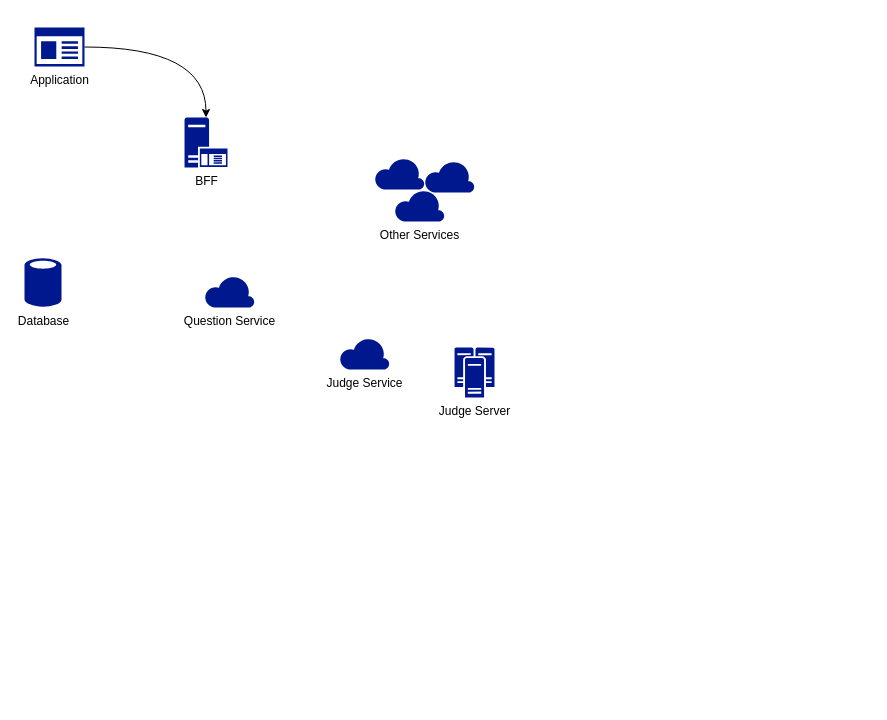
msqtt/Sources keeps this draw.io diagram as map/oj-architecture.drawio. Above is the earlier version. Source tidied: cells renumbered, new cells numbered last; positions are measured from the earlier drawing's top-left corner, leaving out a move shared by most shapes. Both pictures are drawn from the tidied source at 100%, with x=0, y=0 at pixel (24, 27).
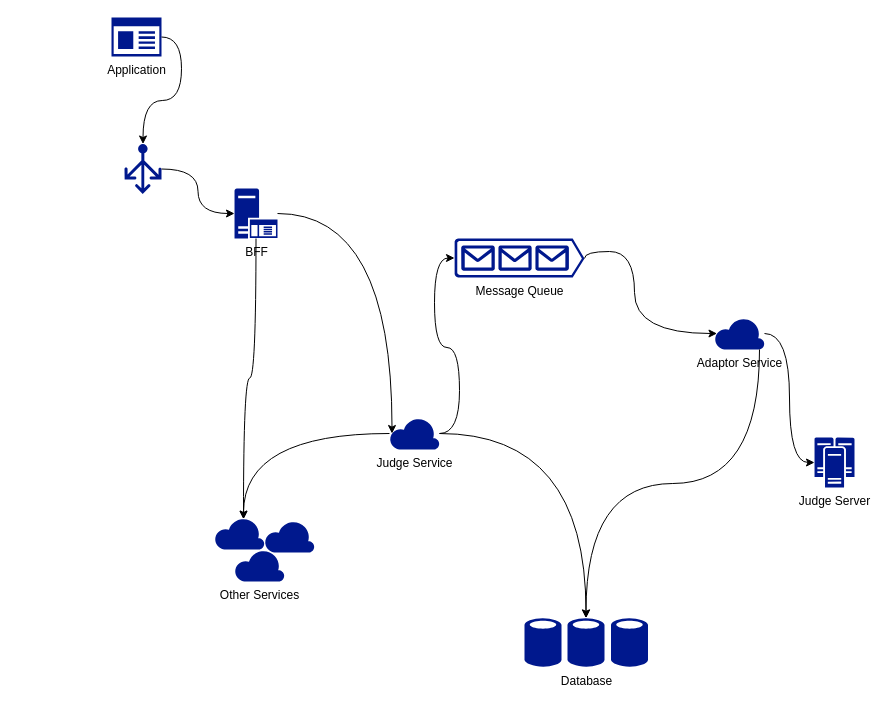
The same diagram, later.

Unchanged cells that the change refers to:
```xml
<mxCell id="10" style="sketch=0;shadow=0;dashed=0;html=1;strokeColor=none;labelPosition=center;verticalLabelPosition=bottom;verticalAlign=top;align=center;fillColor=#00188D;shape=mxgraph.azure.cloud;" parent="7" vertex="1">
  <mxGeometry width="50" height="32" as="geometry" />
</mxCell>
```

What changed in the source:
```diff
@@
     <mxCell id="2" value="Application" style="sketch=0;shadow=0;dashed=0;html=1;strokeColor=none;labelPosition=center;verticalLabelPosition=bottom;verticalAlign=top;align=center;fillColor=#00188D;shape=mxgraph.mscae.enterprise.app_generic;" parent="1" vertex="1">
-      <mxGeometry x="10" width="50" height="39" as="geometry" />
+      <mxGeometry x="87" y="-10" width="50" height="39" as="geometry" />
     </mxCell>
-    <mxCell id="3" value="Database" style="sketch=0;shadow=0;dashed=0;html=1;strokeColor=none;labelPosition=center;verticalLabelPosition=bottom;verticalAlign=top;align=center;fillColor=#00188D;shape=mxgraph.mscae.enterprise.database_generic;" parent="1" vertex="1">
-      <mxGeometry y="230" width="37" height="50" as="geometry" />
-    </mxCell>
     <mxCell id="4" value="BFF" style="sketch=0;shadow=0;dashed=0;html=1;strokeColor=none;labelPosition=center;verticalLabelPosition=bottom;verticalAlign=top;align=center;fillColor=#00188D;shape=mxgraph.mscae.enterprise.application_server;" parent="1" vertex="1">
-      <mxGeometry x="160" y="90" width="43" height="50" as="geometry" />
+      <mxGeometry x="210" y="161" width="43" height="50" as="geometry" />
     </mxCell>
-    <mxCell id="5" style="edgeStyle=orthogonalEdgeStyle;rounded=0;jettySize=auto;html=1;entryX=0.5;entryY=0;entryDx=0;entryDy=0;entryPerimeter=0;curved=1;" parent="1" edge="1" source="2" target="4">
-      <mxGeometry relative="1" as="geometry" />
-    </mxCell>
-    <mxCell id="6" value="Question Service" style="sketch=0;shadow=0;dashed=0;html=1;strokeColor=none;labelPosition=center;verticalLabelPosition=bottom;verticalAlign=top;align=center;fillColor=#00188D;shape=mxgraph.azure.cloud;" parent="1" vertex="1">
-      <mxGeometry x="180" y="248" width="50" height="32" as="geometry" />
+    <mxCell id="6" value="Judge Service" style="sketch=0;shadow=0;dashed=0;html=1;strokeColor=none;labelPosition=center;verticalLabelPosition=bottom;verticalAlign=top;align=center;fillColor=#00188D;shape=mxgraph.azure.cloud;" parent="1" vertex="1">
+      <mxGeometry x="365" y="390" width="50" height="32" as="geometry" />
     </mxCell>
     <mxCell id="7" style="group;" parent="1" vertex="1">
-      <mxGeometry x="350" y="130" width="100" height="64" as="geometry" />
+      <mxGeometry x="190" y="490" width="100" height="64" as="geometry" />
     </mxCell>
@@
-    <mxCell id="11" value="Judge Service" style="sketch=0;shadow=0;dashed=0;html=1;strokeColor=none;labelPosition=center;verticalLabelPosition=bottom;verticalAlign=top;align=center;fillColor=#00188D;shape=mxgraph.azure.cloud;" parent="1" vertex="1">
-      <mxGeometry x="315" y="310" width="50" height="32" as="geometry" />
+    <mxCell id="11" value="Adaptor Service" style="sketch=0;shadow=0;dashed=0;html=1;strokeColor=none;labelPosition=center;verticalLabelPosition=bottom;verticalAlign=top;align=center;fillColor=#00188D;shape=mxgraph.azure.cloud;" parent="1" vertex="1">
+      <mxGeometry x="690" y="290" width="50" height="32" as="geometry" />
     </mxCell>
     <mxCell id="12" value="Judge Server" style="sketch=0;shadow=0;dashed=0;html=1;strokeColor=none;labelPosition=center;verticalLabelPosition=bottom;verticalAlign=top;align=center;fillColor=#00188D;shape=mxgraph.mscae.enterprise.cluster_server;" parent="1" vertex="1">
-      <mxGeometry x="430" y="320" width="40" height="50" as="geometry" />
+      <mxGeometry x="790" y="410" width="40" height="50" as="geometry" />
     </mxCell>
+    <mxCell id="13" style="group;" parent="1" vertex="1">
+      <mxGeometry x="500" y="590" width="123.5" height="50" as="geometry" />
+    </mxCell>
+    <mxCell id="14" style="sketch=0;shadow=0;dashed=0;html=1;strokeColor=none;labelPosition=center;verticalLabelPosition=bottom;verticalAlign=top;align=center;fillColor=#00188D;shape=mxgraph.mscae.enterprise.database_generic;" parent="13" vertex="1">
+      <mxGeometry x="86.5" width="37" height="50" as="geometry" />
+    </mxCell>
+    <mxCell id="15" style="sketch=0;shadow=0;dashed=0;html=1;strokeColor=none;labelPosition=center;verticalLabelPosition=bottom;verticalAlign=top;align=center;fillColor=#00188D;shape=mxgraph.mscae.enterprise.database_generic;" parent="13" vertex="1">
+      <mxGeometry width="37" height="50" as="geometry" />
+    </mxCell>
+    <mxCell id="3" value="&lt;div&gt;Database&lt;/div&gt;&lt;div&gt;&lt;br&gt;&lt;/div&gt;" style="sketch=0;shadow=0;dashed=0;html=1;strokeColor=none;labelPosition=center;verticalLabelPosition=bottom;verticalAlign=top;align=center;fillColor=#00188D;shape=mxgraph.mscae.enterprise.database_generic;" parent="13" vertex="1">
+      <mxGeometry x="43" width="37" height="50" as="geometry" />
+    </mxCell>
+    <mxCell id="16" style="sketch=0;shadow=0;dashed=0;html=1;strokeColor=none;labelPosition=center;verticalLabelPosition=bottom;verticalAlign=top;align=center;fillColor=#00188D;shape=mxgraph.azure.load_balancer_generic;" parent="1" vertex="1">
+      <mxGeometry x="100" y="116.5" width="37" height="50" as="geometry" />
+    </mxCell>
+    <mxCell id="17" style="edgeStyle=orthogonalEdgeStyle;rounded=0;jettySize=auto;html=1;entryX=0.5;entryY=0;entryDx=0;entryDy=0;entryPerimeter=0;exitX=1;exitY=0.5;exitDx=0;exitDy=0;exitPerimeter=0;curved=1;" parent="1" edge="1" source="2" target="16">
+      <mxGeometry relative="1" as="geometry">
+        <Array as="points">
+          <mxPoint x="157" y="9" />
+          <mxPoint x="157" y="73" />
+          <mxPoint x="118" y="73" />
+        </Array>
+      </mxGeometry>
+    </mxCell>
+    <mxCell id="18" style="edgeStyle=orthogonalEdgeStyle;rounded=0;jettySize=auto;html=1;entryX=0;entryY=0.5;entryDx=0;entryDy=0;entryPerimeter=0;curved=1;" parent="1" edge="1" source="16" target="4">
+      <mxGeometry relative="1" as="geometry" />
+    </mxCell>
+    <mxCell id="19" style="edgeStyle=orthogonalEdgeStyle;rounded=0;jettySize=auto;html=1;entryX=0;entryY=0.5;entryDx=0;entryDy=0;entryPerimeter=0;curved=1;" parent="1" edge="1" source="11" target="12">
+      <mxGeometry relative="1" as="geometry" />
+    </mxCell>
+    <mxCell id="20" value="Message Queue" style="sketch=0;shadow=0;dashed=0;html=1;strokeColor=none;labelPosition=center;verticalLabelPosition=bottom;verticalAlign=top;align=center;fillColor=#00188D;shape=mxgraph.azure.queue_generic;" parent="1" vertex="1">
+      <mxGeometry x="430" y="211" width="130" height="39" as="geometry" />
+    </mxCell>
+    <mxCell id="21" style="edgeStyle=orthogonalEdgeStyle;rounded=0;jettySize=auto;html=1;entryX=0.05;entryY=0.5;entryDx=0;entryDy=0;entryPerimeter=0;curved=1;" parent="1" edge="1" source="4" target="6">
+      <mxGeometry relative="1" as="geometry" />
+    </mxCell>
+    <mxCell id="22" style="edgeStyle=orthogonalEdgeStyle;rounded=0;jettySize=auto;html=1;entryX=0;entryY=0.5;entryDx=0;entryDy=0;entryPerimeter=0;curved=1;" parent="1" edge="1" source="6" target="20">
+      <mxGeometry relative="1" as="geometry" />
+    </mxCell>
+    <mxCell id="23" style="edgeStyle=orthogonalEdgeStyle;rounded=0;jettySize=auto;html=1;entryX=0.05;entryY=0.5;entryDx=0;entryDy=0;entryPerimeter=0;curved=1;exitX=1;exitY=0.51;exitDx=0;exitDy=0;exitPerimeter=0;" parent="1" edge="1" source="20" target="11">
+      <mxGeometry relative="1" as="geometry">
+        <Array as="points">
+          <mxPoint x="610" y="224" />
+        </Array>
+      </mxGeometry>
+    </mxCell>
+    <mxCell id="24" style="edgeStyle=orthogonalEdgeStyle;rounded=0;jettySize=auto;html=1;entryX=0.5;entryY=0.01;entryDx=0;entryDy=0;entryPerimeter=0;curved=1;" parent="1" edge="1" source="6" target="3">
+      <mxGeometry relative="1" as="geometry" />
+    </mxCell>
+    <mxCell id="25" style="edgeStyle=orthogonalEdgeStyle;rounded=0;jettySize=auto;html=1;entryX=0.5;entryY=0.01;entryDx=0;entryDy=0;entryPerimeter=0;curved=1;exitX=0.9;exitY=1;exitDx=0;exitDy=0;exitPerimeter=0;" parent="1" edge="1" source="11" target="3">
+      <mxGeometry relative="1" as="geometry" />
+    </mxCell>
+    <mxCell id="26" style="edgeStyle=orthogonalEdgeStyle;rounded=0;jettySize=auto;html=1;entryX=0.58;entryY=0.05;entryDx=0;entryDy=0;entryPerimeter=0;curved=1;" parent="1" edge="1" source="4" target="10">
+      <mxGeometry relative="1" as="geometry" />
+    </mxCell>
+    <mxCell id="27" style="edgeStyle=orthogonalEdgeStyle;rounded=0;jettySize=auto;html=1;entryX=0.58;entryY=0.05;entryDx=0;entryDy=0;entryPerimeter=0;curved=1;" parent="1" edge="1" source="6" target="10">
+      <mxGeometry relative="1" as="geometry" />
+    </mxCell>
```
